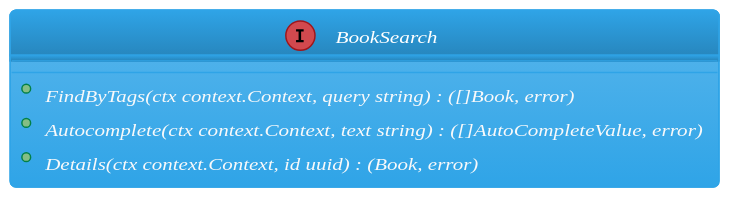
golangee/ddd keeps this PlantUML diagram as ddd/v1/internal/example/server/uml-iface-booksearch.gen.svg. Above is the earlier version. Source of this version:
```plantuml
@startuml



skinparam backgroundColor transparent







skinparam defaultFontName        "Verdana"
skinparam defaultFontSize        12
skinparam dpi                    100
skinparam shadowing              false
skinparam roundcorner            8
skinparam ParticipantPadding     40
skinparam BoxPadding             40
skinparam Padding                5
skinparam ArrowColor             #868E96
skinparam stereotype {
    CBackgroundColor #EDF0F2
    CBorderColor #BABDBF
    ABackgroundColor #8FB961
    ABorderColor #5C862E
    IBackgroundColor #D2494E
    IBorderColor #9F161B
    EBackgroundColor #E47833
    EBorderColor #B14500
    NBackgroundColor #35638F
    NBorderColor #02305C
}
skinparam title {
	FontColor	                 #2FA4E7
	BorderColor	                 #BABDBF
	FontSize	    	         20
	BorderRoundCorner            8
	BorderThickness 	         1
	BackgroundColor              #EDF0F2-#E9ECEF
}


skinparam legend {
	BackgroundColor #E9ECEF
	BorderColor #BABDBF
	FontColor #343A40
}


skinparam activity {
		FontColor #FFF
	BorderColor #2FA4E7
	BackgroundColor #59B6EC-#2FA4E7
	BarColor #73A839
	StartColor #033C73
	EndColor #033C73
	DiamondBackgroundColor #FFF-#EDF0F2
  	DiamondBorderColor #BABDBF
	DiamondFontColor #343A40
}


skinparam participant {
		FontColor #FFF
	BorderColor #2FA4E7
	BackgroundColor #59B6EC-#2FA4E7
	ParticipantBorderThickness 2
}


skinparam actor {
		FontColor #FFF
	BorderColor #2FA4E7
	BackgroundColor #59B6EC-#2FA4E7
	FontColor #343A40
}


skinparam arrow {
	Thickness 3
	Color #2FA4E7
	FontColor #343A40
}


skinparam sequence {
	BorderColor #2FA4E7
	TitleFontColor #2FA4E7
	BackgroundColor transparent
	StartColor #2FA4E7
	EndColor #2FA4E7
	BoxBackgroundColor #F8F9FA
	BoxBorderColor #868E96
	BoxFontColor #343A40
	LifeLineBorderColor #BABDBF
	LifeLineBorderThickness 2
	LifeLineBackgroundColor #EDF0F2
	GroupBorderColor #868E96
	GroupFontColor #343A40
	GroupHeaderFontColor #033C73
	DividerBackgroundColor #FFF-#F8F9FA
    DividerBorderColor #868E96
    DividerBorderThickness 2
    DividerFontColor #343A40
	ReferenceBackgroundColor transparent
	ReferenceBorderColor #868E96
	ReferenceFontColor #343A40
	ReferenceHeaderFontColor #033C73
}


skinparam partition {
	BorderColor #2FA4E7
	FontColor #2FA4E7
	BackgroundColor transparent
}


skinparam collections {
		FontColor #FFF
	BorderColor #2FA4E7
	BackgroundColor #59B6EC-#2FA4E7
}


skinparam control {
		FontColor #FFF
	BorderColor #2FA4E7
	BackgroundColor #59B6EC-#2FA4E7
	FontColor #343A40
}


skinparam entity {
		FontColor #FFF
	BorderColor #2FA4E7
	BackgroundColor #59B6EC-#2FA4E7
	FontColor #343A40
}


skinparam boundary {
		FontColor #FFF
	BorderColor #2FA4E7
	BackgroundColor #59B6EC-#2FA4E7
	FontColor #343A40
}


skinparam agent {
	BackgroundColor #orange
	BorderColor #999999
	FontColor #333333
}


skinparam note {
	BorderThickness 1
	BackgroundColor #35638F-#033C73
	BorderColor #033C73
	FontColor #FFF
}


skinparam artifact {
	BackgroundColor #FFF-#F8F9FA
	BorderColor #BABDBF
	FontColor #343A40
}


skinparam component {
		FontColor #FFF
	BorderColor #2FA4E7
	BackgroundColor #59B6EC-#2FA4E7
}


skinparam interface {
	BackgroundColor  #D2494E
	BorderColor  #C71C22
	FontColor #343A40
}


skinparam storage {
	BackgroundColor #E47833-#DD5600
  	BorderColor #DD5600
	FontColor #FFF
}


skinparam node {
	BackgroundColor #EDF0F2-#E9ECEF
	BorderColor #E9ECEF
	FontColor #343A40
}


skinparam cloud {
	BackgroundColor #F2FCFE-#eeeeee
	BorderColor #F2FCFE
	FontColor #2FA4E7
}


skinparam database {
		FontColor #FFF
	BorderColor #2FA4E7
	BackgroundColor #59B6EC-#2FA4E7
	FontColor #343A40
}


skinparam class {
		FontColor #FFF
	BorderColor #2FA4E7
	BackgroundColor #59B6EC-#2FA4E7
	HeaderBackgroundColor #2FA4E7-#2683B9
	StereotypeFontColor #343A40
	BorderThickness 1
	AttributeFontColor #F8F9FA
	AttributeFontSize 11
}


skinparam object {
		FontColor #FFF
	BorderColor #2FA4E7
	BackgroundColor #59B6EC-#2FA4E7
	StereotypeFontColor #343A40
	BorderThickness 1
	AttributeFontColor #343A40
	AttributeFontSize 11
}


skinparam usecase {
		FontColor #FFF
	BorderColor #2FA4E7
	BackgroundColor #59B6EC-#2FA4E7
	BorderThickness 2
	StereotypeFontColor #2FA4E7
}


skinparam rectangle {
	FontColor #2FA4E7
	BorderColor #59B6EC
	BackgroundColor transparent
	BorderThickness 2
	StereotypeFontColor #2FA4E7
}


skinparam package {
	FontColor #2FA4E7
	BorderColor #59B6EC
	BackgroundColor transparent
	BorderThickness 2
}


skinparam folder {
	BackgroundColor #FFF-#EDF0F2
  	BorderColor #DD5600
	FontColor #DD5600
	BorderThickness 2
}


skinparam frame {
	BackgroundColor #FFF-#EDF0F2
  	BorderColor #033C73
	FontColor #033C73
	BorderThickness 2
}


skinparam state {
		FontColor #FFF
	BorderColor #2FA4E7
	BackgroundColor #59B6EC-#2FA4E7
	StartColor #033C73
	EndColor #033C73
	AttributeFontColor #343A40
	AttributeFontSize 11
}


skinparam queue {
		FontColor #FFF
	BorderColor #2FA4E7
	BackgroundColor #59B6EC-#2FA4E7
}


skinparam card {
	BackgroundColor #35638F-#033C73
	BorderColor #033C73
	FontColor #FFF
}


skinparam file {
	BackgroundColor #EDF0F2-#E9ECEF
	BorderColor #033C73
	FontColor #868E96

}


interface "BookSearch" {
{abstract} +FindByTags(ctx context.Context, query string) : ([]Book,  error)
{abstract} +Autocomplete(ctx context.Context, text string) : ([]AutoCompleteValue,  error)
{abstract} +Details(ctx context.Context, id uuid) : (Book,  error)
}
@enduml
```
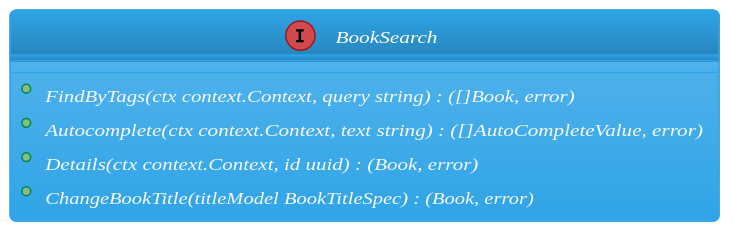
After the commit.

Change to the diagram source:
```diff
@@ -315,5 +315,6 @@
 {abstract} +FindByTags(ctx context.Context, query string) : ([]Book,  error)
 {abstract} +Autocomplete(ctx context.Context, text string) : ([]AutoCompleteValue,  error)
 {abstract} +Details(ctx context.Context, id uuid) : (Book,  error)
+{abstract} +ChangeBookTitle(titleModel BookTitleSpec) : (Book,  error)
 }
 @enduml
```
